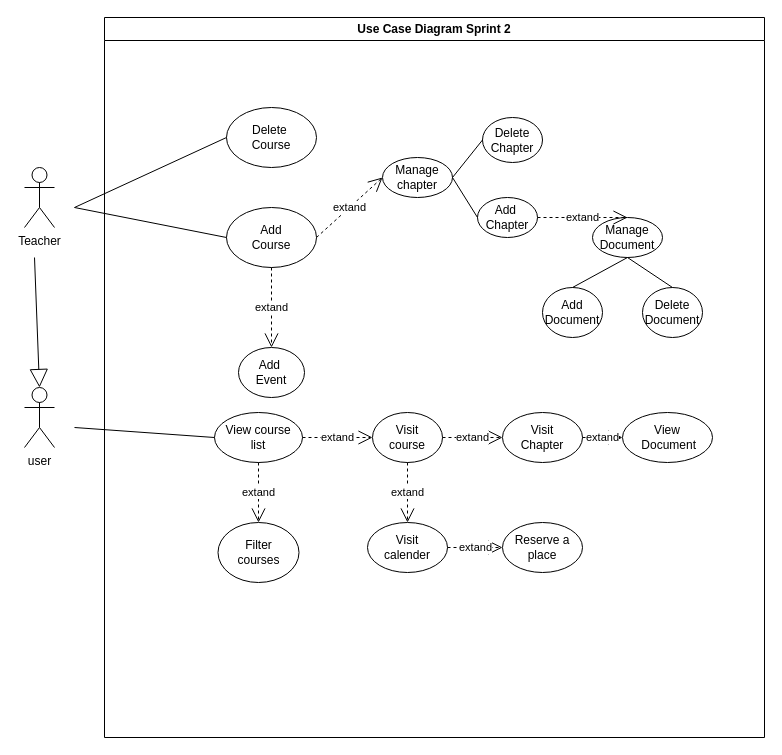
Before: use case course.drawio in faresUnderScore999/test1.0, a draw.io diagram. Source tidied: cells renumbered, new cells numbered last; positions are measured from the earlier drawing's top-left corner, leaving out a move shared by most shapes. Both pictures are drawn from the tidied source at 100%, with x=0, y=0 at pixel (24, 17).
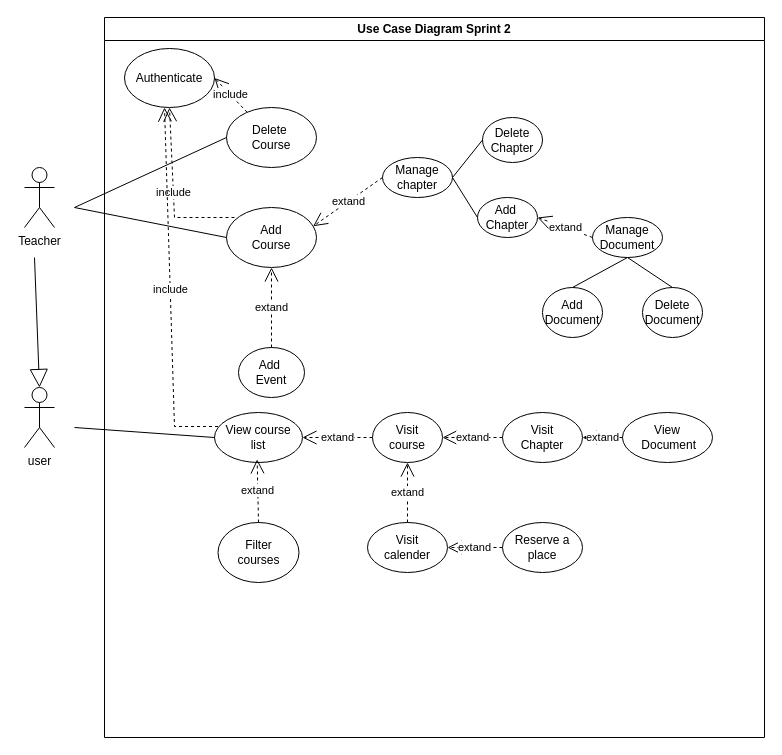
The same diagram, later.

Commit message (it also covers changes not shown here):
Mettre à jour use case course.drawio

The change refers to these unchanged cells:
```xml
<mxCell id="2" value="Use Case Diagram Sprint 2" style="swimlane;whiteSpace=wrap;html=1;" parent="1" vertex="1">
  <mxGeometry x="80" width="660" height="720" as="geometry" />
</mxCell>
<mxCell id="3" value="Delete&amp;nbsp;&lt;div&gt;Course&lt;/div&gt;" style="ellipse;whiteSpace=wrap;html=1;" parent="2" vertex="1">
  <mxGeometry x="122" y="90" width="90" height="60" as="geometry" />
</mxCell>
<mxCell id="4" value="Add&lt;div&gt;Course&lt;/div&gt;" style="ellipse;whiteSpace=wrap;html=1;" parent="2" vertex="1">
  <mxGeometry x="122" y="190" width="90" height="60" as="geometry" />
</mxCell>
<mxCell id="5" value="Add&amp;nbsp;&lt;div&gt;Chapter&lt;/div&gt;" style="ellipse;whiteSpace=wrap;html=1;" parent="2" vertex="1">
  <mxGeometry x="373" y="180" width="60" height="40" as="geometry" />
</mxCell>
<mxCell id="6" value="&lt;div&gt;Manage&lt;/div&gt;&lt;div&gt;Document&lt;/div&gt;" style="ellipse;whiteSpace=wrap;html=1;" parent="2" vertex="1">
  <mxGeometry x="488" y="200" width="70" height="40" as="geometry" />
</mxCell>
<mxCell id="8" value="Manage&lt;div&gt;chapter&lt;/div&gt;" style="ellipse;whiteSpace=wrap;html=1;" parent="2" vertex="1">
  <mxGeometry x="278" y="140" width="70" height="40" as="geometry" />
</mxCell>
<mxCell id="17" value="Add&amp;nbsp;&lt;div&gt;Event&lt;/div&gt;" style="ellipse;whiteSpace=wrap;html=1;" parent="2" vertex="1">
  <mxGeometry x="134" y="330" width="66" height="50" as="geometry" />
</mxCell>
<mxCell id="21" value="View course&lt;div&gt;list&lt;/div&gt;" style="ellipse;whiteSpace=wrap;html=1;" parent="2" vertex="1">
  <mxGeometry x="110" y="395" width="88" height="50" as="geometry" />
</mxCell>
<mxCell id="22" value="Filter&lt;div&gt;courses&lt;/div&gt;" style="ellipse;whiteSpace=wrap;html=1;" parent="2" vertex="1">
  <mxGeometry x="113.5" y="505" width="81" height="60" as="geometry" />
</mxCell>
<mxCell id="24" value="Visit&lt;div&gt;course&lt;/div&gt;" style="ellipse;whiteSpace=wrap;html=1;" parent="2" vertex="1">
  <mxGeometry x="268" y="395" width="70" height="50" as="geometry" />
</mxCell>
<mxCell id="27" value="Visit&lt;div&gt;Chapter&lt;/div&gt;" style="ellipse;whiteSpace=wrap;html=1;" parent="2" vertex="1">
  <mxGeometry x="398" y="395" width="80" height="50" as="geometry" />
</mxCell>
<mxCell id="29" value="View&lt;div&gt;&amp;nbsp;Document&lt;/div&gt;" style="ellipse;whiteSpace=wrap;html=1;" parent="2" vertex="1">
  <mxGeometry x="518" y="395" width="90" height="50" as="geometry" />
</mxCell>
<mxCell id="31" value="Visit&lt;div&gt;calender&lt;/div&gt;" style="ellipse;whiteSpace=wrap;html=1;" parent="2" vertex="1">
  <mxGeometry x="263" y="505" width="80" height="50" as="geometry" />
</mxCell>
<mxCell id="33" value="Reserve a&lt;div&gt;place&lt;/div&gt;" style="ellipse;whiteSpace=wrap;html=1;" parent="2" vertex="1">
  <mxGeometry x="398" y="505" width="80" height="50" as="geometry" />
</mxCell>
```

What changed in the source:
```diff
@@
-    <mxCell id="7" value="extand" style="endArrow=open;endSize=12;dashed=1;html=1;rounded=0;exitX=1;exitY=0.5;exitDx=0;exitDy=0;entryX=0.5;entryY=0;entryDx=0;entryDy=0;" parent="2" edge="1" source="5" target="6">
+    <mxCell id="7" value="extand" style="endArrow=open;endSize=12;dashed=1;html=1;rounded=0;entryX=1;entryY=0.5;entryDx=0;entryDy=0;exitX=0;exitY=0.5;exitDx=0;exitDy=0;" parent="2" edge="1" source="6" target="5">
       <mxGeometry relative="1" as="geometry" />
     </mxCell>
@@
-    <mxCell id="10" value="extand" style="endArrow=open;endSize=12;dashed=1;html=1;rounded=0;exitX=1;exitY=0.5;exitDx=0;exitDy=0;entryX=0;entryY=0.5;entryDx=0;entryDy=0;" parent="2" edge="1" source="4" target="8">
+    <mxCell id="10" value="extand" style="endArrow=open;endSize=12;dashed=1;html=1;rounded=0;entryX=0.963;entryY=0.312;entryDx=0;entryDy=0;entryPerimeter=0;exitX=0;exitY=0.5;exitDx=0;exitDy=0;" parent="2" edge="1" source="8" target="4">
       <mxGeometry relative="1" as="geometry" />
     </mxCell>
@@
-    <mxCell id="18" value="extand" style="endArrow=open;endSize=12;dashed=1;html=1;rounded=0;exitX=0.5;exitY=1;exitDx=0;exitDy=0;entryX=0.5;entryY=0;entryDx=0;entryDy=0;" parent="2" edge="1" source="4" target="17">
+    <mxCell id="18" value="extand" style="endArrow=open;endSize=12;dashed=1;html=1;rounded=0;exitX=0.5;exitY=0;exitDx=0;exitDy=0;entryX=0.5;entryY=1;entryDx=0;entryDy=0;" parent="2" edge="1" source="17" target="4">
       <mxGeometry relative="1" as="geometry" />
     </mxCell>
@@
-    <mxCell id="23" value="extand" style="endArrow=open;endSize=12;dashed=1;html=1;rounded=0;exitX=0.5;exitY=1;exitDx=0;exitDy=0;entryX=0.5;entryY=0;entryDx=0;entryDy=0;" parent="2" edge="1" source="21" target="22">
+    <mxCell id="23" value="extand" style="endArrow=open;endSize=12;dashed=1;html=1;rounded=0;exitX=0.5;exitY=0;exitDx=0;exitDy=0;entryX=0.485;entryY=0.937;entryDx=0;entryDy=0;entryPerimeter=0;" parent="2" edge="1" source="22" target="21">
       <mxGeometry relative="1" as="geometry" />
     </mxCell>
@@
-    <mxCell id="25" value="extand" style="endArrow=open;endSize=12;dashed=1;html=1;rounded=0;exitX=1;exitY=0.5;exitDx=0;exitDy=0;entryX=0;entryY=0.5;entryDx=0;entryDy=0;" parent="2" edge="1" source="21" target="24">
+    <mxCell id="25" value="extand" style="endArrow=open;endSize=12;dashed=1;html=1;rounded=0;entryX=1;entryY=0.5;entryDx=0;entryDy=0;exitX=0;exitY=0.5;exitDx=0;exitDy=0;" parent="2" edge="1" source="24" target="21">
       <mxGeometry relative="1" as="geometry" />
     </mxCell>
@@
-    <mxCell id="28" value="extand" style="endArrow=open;endSize=12;dashed=1;html=1;rounded=0;exitX=1;exitY=0.5;exitDx=0;exitDy=0;entryX=0;entryY=0.5;entryDx=0;entryDy=0;" parent="2" edge="1" source="24" target="27">
+    <mxCell id="28" value="extand" style="endArrow=open;endSize=12;dashed=1;html=1;rounded=0;entryX=1;entryY=0.5;entryDx=0;entryDy=0;exitX=0;exitY=0.5;exitDx=0;exitDy=0;" parent="2" edge="1" source="27" target="24">
       <mxGeometry relative="1" as="geometry" />
     </mxCell>
@@
-    <mxCell id="30" value="extand" style="endArrow=open;endSize=12;dashed=1;html=1;rounded=0;exitX=1;exitY=0.5;exitDx=0;exitDy=0;entryX=0;entryY=0.5;entryDx=0;entryDy=0;" parent="2" edge="1" source="27" target="29">
+    <mxCell id="30" value="extand" style="endArrow=open;endSize=12;dashed=1;html=1;rounded=0;entryX=1;entryY=0.5;entryDx=0;entryDy=0;exitX=0;exitY=0.5;exitDx=0;exitDy=0;" parent="2" edge="1" source="29" target="27">
       <mxGeometry relative="1" as="geometry" />
     </mxCell>
@@
-    <mxCell id="32" value="extand" style="endArrow=open;endSize=12;dashed=1;html=1;rounded=0;exitX=0.5;exitY=1;exitDx=0;exitDy=0;entryX=0.5;entryY=0;entryDx=0;entryDy=0;" parent="2" edge="1" source="24" target="31">
+    <mxCell id="32" value="extand" style="endArrow=open;endSize=12;dashed=1;html=1;rounded=0;exitX=0.5;exitY=0;exitDx=0;exitDy=0;entryX=0.5;entryY=1;entryDx=0;entryDy=0;" parent="2" edge="1" source="31" target="24">
       <mxGeometry relative="1" as="geometry" />
     </mxCell>
@@
-    <mxCell id="34" value="extand" style="endArrow=open;endSize=12;dashed=1;html=1;rounded=0;exitX=1;exitY=0.5;exitDx=0;exitDy=0;entryX=0;entryY=0.5;entryDx=0;entryDy=0;" parent="2" edge="1" source="31" target="33">
+    <mxCell id="34" value="extand" style="endArrow=open;endSize=12;dashed=1;html=1;rounded=0;exitX=0;exitY=0.5;exitDx=0;exitDy=0;entryX=1;entryY=0.5;entryDx=0;entryDy=0;" parent="2" edge="1" source="33" target="31">
       <mxGeometry relative="1" as="geometry" />
     </mxCell>
@@
+    <mxCell id="38" value="Authenticate" style="ellipse;whiteSpace=wrap;html=1;" parent="2" vertex="1">
+      <mxGeometry x="20" y="31" width="90" height="59" as="geometry" />
+    </mxCell>
+    <mxCell id="39" value="include" style="endArrow=open;endSize=12;dashed=1;html=1;rounded=0;entryX=1;entryY=0.5;entryDx=0;entryDy=0;" parent="2" edge="1" source="3" target="38">
+      <mxGeometry relative="1" as="geometry" />
+    </mxCell>
+    <mxCell id="40" value="include" style="endArrow=open;endSize=12;dashed=1;html=1;rounded=0;entryX=0.5;entryY=1;entryDx=0;entryDy=0;" parent="2" edge="1" target="38">
+      <mxGeometry relative="1" as="geometry">
+        <mxPoint x="130" y="200" as="sourcePoint" />
+        <Array as="points">
+          <mxPoint x="70" y="200" />
+        </Array>
+      </mxGeometry>
+    </mxCell>
+    <mxCell id="41" value="include" style="endArrow=open;endSize=12;dashed=1;html=1;rounded=0;exitX=0;exitY=0;exitDx=0;exitDy=0;" parent="2" edge="1">
+      <mxGeometry relative="1" as="geometry">
+        <mxPoint x="113.5" y="409" as="sourcePoint" />
+        <mxPoint x="60" y="90" as="targetPoint" />
+        <Array as="points">
+          <mxPoint x="70" y="409" />
+        </Array>
+      </mxGeometry>
+    </mxCell>
```
